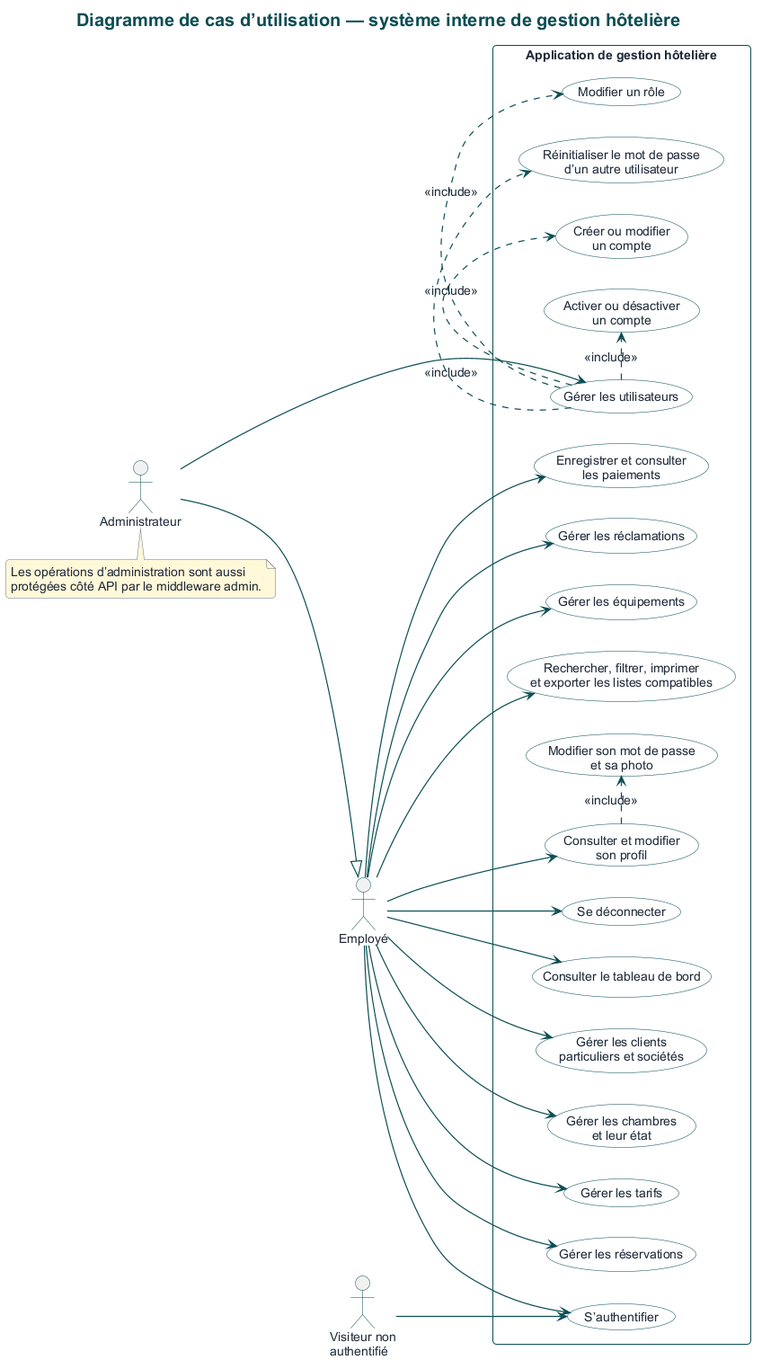
Abdel-CH7/Hotel_project keeps this PlantUML diagram as Restore/documentation/diagrams/png/01-use-cases.png. Above is the earlier version. Source of this version:
```plantuml
@startuml
!include theme.puml
left to right direction
title Diagramme de cas d’utilisation — système interne de gestion hôtelière

actor "Visiteur non\nauthentifié" as Visitor
actor "Employé" as Staff
actor "Administrateur" as Admin
Admin --|> Staff

rectangle "Application de gestion hôtelière" {
  usecase "S’authentifier" as Login
  usecase "Se déconnecter" as Logout
  usecase "Consulter et modifier\nson profil" as Profile
  usecase "Modifier son mot de passe\net sa photo" as ProfileSecurity
  usecase "Consulter le tableau de bord" as Dashboard
  usecase "Gérer les clients\nparticuliers et sociétés" as Clients
  usecase "Gérer les chambres\net leur état" as Rooms
  usecase "Gérer les tarifs" as Tariffs
  usecase "Gérer les réservations" as Reservations
  usecase "Enregistrer et consulter\nles paiements" as Payments
  usecase "Gérer les réclamations" as Complaints
  usecase "Gérer les équipements" as Equipment
  usecase "Rechercher, filtrer, imprimer\net exporter les listes compatibles" as Lists

  usecase "Gérer les utilisateurs" as Users
  usecase "Créer ou modifier\nun compte" as UserEdit
  usecase "Activer ou désactiver\nun compte" as UserStatus
  usecase "Modifier un rôle" as UserRole
  usecase "Réinitialiser le mot de passe\nd’un autre utilisateur" as UserPassword
}

Visitor --> Login
Staff --> Login
Staff --> Logout
Staff --> Profile
Profile .> ProfileSecurity : <<include>>
Staff --> Dashboard
Staff --> Clients
Staff --> Rooms
Staff --> Tariffs
Staff --> Reservations
Staff --> Payments
Staff --> Complaints
Staff --> Equipment
Staff --> Lists

Admin --> Users
Users .> UserEdit : <<include>>
Users .> UserStatus : <<include>>
Users .> UserRole : <<include>>
Users .> UserPassword : <<include>>

note bottom of Admin
  Les opérations d’administration sont aussi
  protégées côté API par le middleware admin.
end note
@enduml
```
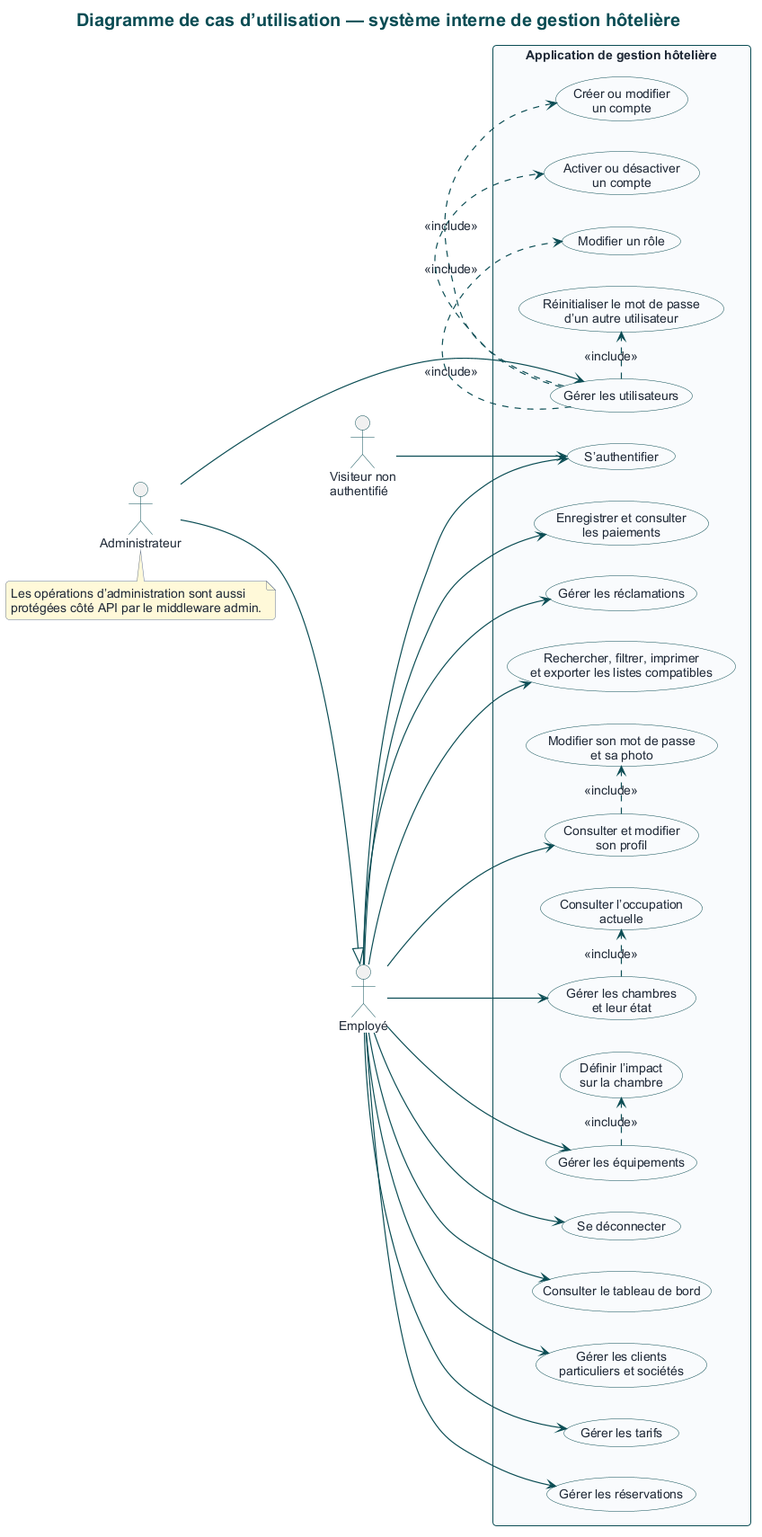
After the change.

The edit, as a diff of the source:
```diff
@@ -16,11 +16,13 @@
   usecase "Consulter le tableau de bord" as Dashboard
   usecase "Gérer les clients\nparticuliers et sociétés" as Clients
   usecase "Gérer les chambres\net leur état" as Rooms
+  usecase "Consulter l’occupation\nactuelle" as CurrentOccupation
   usecase "Gérer les tarifs" as Tariffs
   usecase "Gérer les réservations" as Reservations
   usecase "Enregistrer et consulter\nles paiements" as Payments
   usecase "Gérer les réclamations" as Complaints
   usecase "Gérer les équipements" as Equipment
+  usecase "Définir l’impact\nsur la chambre" as EquipmentImpact
   usecase "Rechercher, filtrer, imprimer\net exporter les listes compatibles" as Lists
 
   usecase "Gérer les utilisateurs" as Users
@@ -44,6 +46,8 @@
 Staff --> Complaints
 Staff --> Equipment
 Staff --> Lists
+Rooms .> CurrentOccupation : <<include>>
+Equipment .> EquipmentImpact : <<include>>
 
 Admin --> Users
 Users .> UserEdit : <<include>>
```
